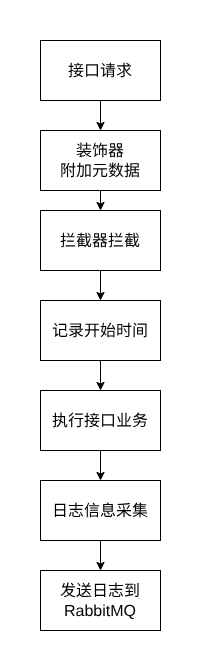
This is static/pic/flowchart/interceptor.drawio.png from hongch666/mix-web-demo, a draw.io export, as it was before one commit. Source tidied: cells renumbered, new cells last; positions are measured from the earlier drawing's top-left corner, leaving out a move shared by most shapes.
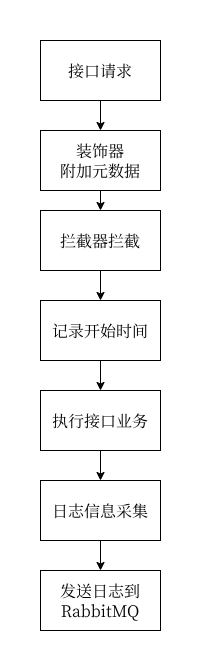
The same diagram one commit later.

Change to the diagram source:
```diff
@@ -2,57 +2,57 @@
   <root>
     <mxCell id="0" />
     <mxCell id="1" parent="0" />
-    <mxCell id="2" style="edgeStyle=none;html=1;exitX=0.5;exitY=1;exitDx=0;exitDy=0;entryX=0.5;entryY=0;entryDx=0;entryDy=0;" parent="1" edge="1" source="3" target="6">
+    <mxCell id="2" style="edgeStyle=none;html=1;exitX=0.5;exitY=1;exitDx=0;exitDy=0;entryX=0.5;entryY=0;entryDx=0;entryDy=0;fontFamily=宋体;" parent="1" edge="1" source="3" target="6">
       <mxGeometry relative="1" as="geometry" />
     </mxCell>
-    <mxCell id="3" value="接口请求" style="rounded=0;whiteSpace=wrap;html=1;fontSize=16;" parent="1" vertex="1">
+    <mxCell id="3" value="接口请求" style="rounded=0;whiteSpace=wrap;html=1;fontSize=16;fontFamily=宋体;" parent="1" vertex="1">
       <mxGeometry x="40" y="40" width="120" height="60" as="geometry" />
     </mxCell>
-    <mxCell id="4" style="edgeStyle=none;html=1;entryX=0.5;entryY=0;entryDx=0;entryDy=0;" parent="1" edge="1" target="8">
+    <mxCell id="4" style="edgeStyle=none;html=1;entryX=0.5;entryY=0;entryDx=0;entryDy=0;fontFamily=宋体;" parent="1" edge="1" target="8">
       <mxGeometry relative="1" as="geometry">
         <mxPoint x="100" y="260" as="sourcePoint" />
       </mxGeometry>
     </mxCell>
-    <mxCell id="5" style="edgeStyle=none;html=1;exitX=0.5;exitY=1;exitDx=0;exitDy=0;entryX=0.5;entryY=0;entryDx=0;entryDy=0;" parent="1" edge="1" source="6" target="18">
+    <mxCell id="5" style="edgeStyle=none;html=1;exitX=0.5;exitY=1;exitDx=0;exitDy=0;entryX=0.5;entryY=0;entryDx=0;entryDy=0;fontFamily=宋体;" parent="1" edge="1" source="6" target="18">
       <mxGeometry relative="1" as="geometry" />
     </mxCell>
-    <mxCell id="6" value="装饰器&lt;br&gt;附加元数据" style="rounded=0;whiteSpace=wrap;html=1;fontSize=16;" parent="1" vertex="1">
+    <mxCell id="6" value="装饰器&lt;br&gt;附加元数据" style="rounded=0;whiteSpace=wrap;html=1;fontSize=16;fontFamily=宋体;" parent="1" vertex="1">
       <mxGeometry x="40" y="130" width="120" height="60" as="geometry" />
     </mxCell>
-    <mxCell id="7" style="edgeStyle=none;html=1;exitX=0.5;exitY=1;exitDx=0;exitDy=0;entryX=0.5;entryY=0;entryDx=0;entryDy=0;" parent="1" edge="1" source="8" target="10">
+    <mxCell id="7" style="edgeStyle=none;html=1;exitX=0.5;exitY=1;exitDx=0;exitDy=0;entryX=0.5;entryY=0;entryDx=0;entryDy=0;fontFamily=宋体;" parent="1" edge="1" source="8" target="10">
       <mxGeometry relative="1" as="geometry" />
     </mxCell>
-    <mxCell id="8" value="记录开始时间" style="rounded=0;whiteSpace=wrap;html=1;fontSize=16;" parent="1" vertex="1">
+    <mxCell id="8" value="记录开始时间" style="rounded=0;whiteSpace=wrap;html=1;fontSize=16;fontFamily=宋体;" parent="1" vertex="1">
       <mxGeometry x="40" y="300" width="120" height="60" as="geometry" />
     </mxCell>
-    <mxCell id="9" style="edgeStyle=none;html=1;exitX=0.5;exitY=1;exitDx=0;exitDy=0;entryX=0.5;entryY=0;entryDx=0;entryDy=0;" parent="1" edge="1" source="10" target="12">
+    <mxCell id="9" style="edgeStyle=none;html=1;exitX=0.5;exitY=1;exitDx=0;exitDy=0;entryX=0.5;entryY=0;entryDx=0;entryDy=0;fontFamily=宋体;" parent="1" edge="1" source="10" target="12">
       <mxGeometry relative="1" as="geometry" />
     </mxCell>
-    <mxCell id="10" value="执行接口业务" style="rounded=0;whiteSpace=wrap;html=1;fontSize=16;" parent="1" vertex="1">
+    <mxCell id="10" value="执行接口业务" style="rounded=0;whiteSpace=wrap;html=1;fontSize=16;fontFamily=宋体;" parent="1" vertex="1">
       <mxGeometry x="40" y="390" width="120" height="60" as="geometry" />
     </mxCell>
-    <mxCell id="11" style="edgeStyle=none;html=1;exitX=0.5;exitY=1;exitDx=0;exitDy=0;entryX=0.5;entryY=0;entryDx=0;entryDy=0;" parent="1" edge="1" source="12" target="13">
+    <mxCell id="11" style="edgeStyle=none;html=1;exitX=0.5;exitY=1;exitDx=0;exitDy=0;entryX=0.5;entryY=0;entryDx=0;entryDy=0;fontFamily=宋体;" parent="1" edge="1" source="12" target="13">
       <mxGeometry relative="1" as="geometry" />
     </mxCell>
-    <mxCell id="12" value="日志信息采集" style="rounded=0;whiteSpace=wrap;html=1;fontSize=16;" parent="1" vertex="1">
+    <mxCell id="12" value="日志信息采集" style="rounded=0;whiteSpace=wrap;html=1;fontSize=16;fontFamily=宋体;" parent="1" vertex="1">
       <mxGeometry x="40" y="480" width="120" height="60" as="geometry" />
     </mxCell>
-    <mxCell id="13" value="发送日志到RabbitMQ" style="rounded=0;whiteSpace=wrap;html=1;fontSize=16;" parent="1" vertex="1">
+    <mxCell id="13" value="发送日志到RabbitMQ" style="rounded=0;whiteSpace=wrap;html=1;fontSize=16;fontFamily=宋体;" parent="1" vertex="1">
       <mxGeometry x="40" y="570" width="120" height="60" as="geometry" />
     </mxCell>
-    <mxCell id="14" style="rounded=0;whiteSpace=wrap;html=1;textOpacity=0;labelBorderColor=light-dark(#000000,#FFFFFF);fontColor=none;noLabel=1;strokeColor=none;" parent="1" vertex="1">
+    <mxCell id="14" style="rounded=0;whiteSpace=wrap;html=1;textOpacity=0;labelBorderColor=light-dark(#000000,#FFFFFF);fontColor=none;noLabel=1;strokeColor=none;fontFamily=宋体;" parent="1" vertex="1">
       <mxGeometry x="95" width="10" height="30" as="geometry" />
     </mxCell>
-    <mxCell id="15" style="rounded=0;whiteSpace=wrap;html=1;textOpacity=0;labelBorderColor=light-dark(#000000,#FFFFFF);fontColor=none;noLabel=1;strokeColor=none;" parent="1" vertex="1">
+    <mxCell id="15" style="rounded=0;whiteSpace=wrap;html=1;textOpacity=0;labelBorderColor=light-dark(#000000,#FFFFFF);fontColor=none;noLabel=1;strokeColor=none;fontFamily=宋体;" parent="1" vertex="1">
       <mxGeometry x="190" y="290" width="10" height="30" as="geometry" />
     </mxCell>
-    <mxCell id="16" style="rounded=0;whiteSpace=wrap;html=1;textOpacity=0;labelBorderColor=light-dark(#000000,#FFFFFF);fontColor=none;noLabel=1;strokeColor=none;" parent="1" vertex="1">
+    <mxCell id="16" style="rounded=0;whiteSpace=wrap;html=1;textOpacity=0;labelBorderColor=light-dark(#000000,#FFFFFF);fontColor=none;noLabel=1;strokeColor=none;fontFamily=宋体;" parent="1" vertex="1">
       <mxGeometry y="300" width="10" height="30" as="geometry" />
     </mxCell>
-    <mxCell id="17" style="rounded=0;whiteSpace=wrap;html=1;textOpacity=0;labelBorderColor=light-dark(#000000,#FFFFFF);fontColor=none;noLabel=1;strokeColor=none;" parent="1" vertex="1">
+    <mxCell id="17" style="rounded=0;whiteSpace=wrap;html=1;textOpacity=0;labelBorderColor=light-dark(#000000,#FFFFFF);fontColor=none;noLabel=1;strokeColor=none;fontFamily=宋体;" parent="1" vertex="1">
       <mxGeometry x="95" y="640" width="10" height="30" as="geometry" />
     </mxCell>
-    <mxCell id="18" value="拦截器拦截" style="rounded=0;whiteSpace=wrap;html=1;fontSize=16;" parent="1" vertex="1">
+    <mxCell id="18" value="拦截器拦截" style="rounded=0;whiteSpace=wrap;html=1;fontSize=16;fontFamily=宋体;" parent="1" vertex="1">
       <mxGeometry x="40" y="210" width="120" height="60" as="geometry" />
     </mxCell>
   </root>
```
